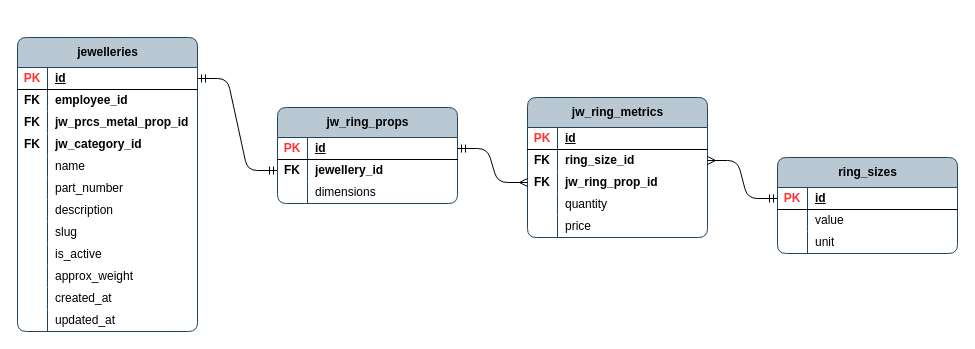
The draw.io diagram page "jw_ring_props" (9 of 13) of publisher/laravel-app/psql_jewellery_items.drawio in Local-development-environment/msg-brokers-publisher-consumer, before the edit. Source tidied: cells renumbered, new cells numbered last; positions are measured from the earlier drawing's top-left corner, leaving out a move shared by most shapes. Both pictures are drawn from the tidied source at 100%, with x=0, y=0 at pixel (17, 37).
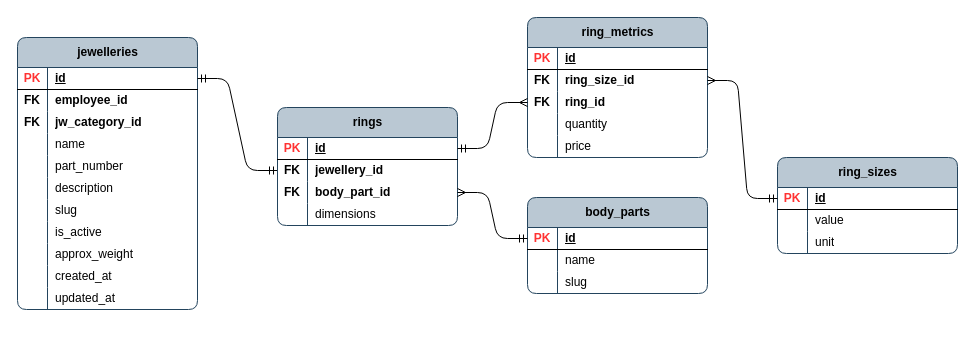
The same diagram, later.

Commit message (it also covers changes not shown here):
ring schema was refactored

Unchanged cells that the change refers to:
```xml
<mxCell id="47" style="shape=tableRow;horizontal=0;startSize=0;swimlaneHead=0;swimlaneBody=0;fillColor=none;points=[[0,0.5],[1,0.5]];portConstraint=eastwest;top=0;left=0;right=0;bottom=0;rounded=0;" parent="40" vertex="1">
  <mxGeometry y="74" width="180" height="22" as="geometry" />
</mxCell>
<mxCell id="57" style="shape=tableRow;horizontal=0;startSize=0;swimlaneHead=0;swimlaneBody=0;fillColor=none;points=[[0,0.5],[1,0.5]];portConstraint=eastwest;top=0;left=0;right=0;bottom=0;rounded=0;" parent="50" vertex="1">
  <mxGeometry y="74" width="180" height="22" as="geometry" />
</mxCell>
```

The edit, as a diff of the source:
```diff
@@
     <mxCell id="2" value="jewelleries" style="shape=table;startSize=30;childLayout=tableLayout;rowLines=0;fontStyle=1;align=center;html=1;rounded=1;swimlaneFillColor=none;fillColor=#bac8d3;strokeColor=#23445d;columnLines=1;arcSize=10;" parent="1" vertex="1">
-      <mxGeometry width="180" height="294" as="geometry" />
+      <mxGeometry width="180" height="272" as="geometry" />
     </mxCell>
@@
-    <mxCell id="9" style="shape=tableRow;horizontal=0;startSize=0;swimlaneHead=0;swimlaneBody=0;fillColor=none;top=0;left=0;right=0;bottom=0;rounded=1;" parent="2" vertex="1">
-      <mxGeometry y="74" width="180" height="22" as="geometry" />
-    </mxCell>
-    <mxCell id="10" value="&lt;b&gt;FK&lt;/b&gt;" style="shape=partialRectangle;fillColor=none;top=0;left=0;bottom=0;right=0;overflow=hidden;whiteSpace=wrap;html=1;rounded=1;" parent="9" vertex="1">
-      <mxGeometry width="30" height="22" as="geometry" />
-    </mxCell>
-    <mxCell id="11" value="&lt;span style=&quot;font-weight: 700; text-align: center; text-wrap-mode: nowrap;&quot;&gt;jw_prcs_metal_prop_id&lt;/span&gt;" style="shape=partialRectangle;fillColor=none;top=0;left=0;bottom=0;right=0;align=left;spacingLeft=6;overflow=hidden;whiteSpace=wrap;html=1;rounded=1;" parent="9" vertex="1">
-      <mxGeometry x="30" width="150" height="22" as="geometry" />
-    </mxCell>
     <mxCell id="12" style="shape=tableRow;horizontal=0;startSize=0;swimlaneHead=0;swimlaneBody=0;fillColor=none;top=0;left=0;right=0;bottom=0;rounded=1;" parent="2" vertex="1">
-      <mxGeometry y="96" width="180" height="22" as="geometry" />
+      <mxGeometry y="74" width="180" height="22" as="geometry" />
     </mxCell>
@@
     <mxCell id="15" style="shape=tableRow;horizontal=0;startSize=0;swimlaneHead=0;swimlaneBody=0;fillColor=none;top=0;left=0;right=0;bottom=0;rounded=1;" parent="2" vertex="1">
-      <mxGeometry y="118" width="180" height="22" as="geometry" />
+      <mxGeometry y="96" width="180" height="22" as="geometry" />
     </mxCell>
@@
     <mxCell id="18" style="shape=tableRow;horizontal=0;startSize=0;swimlaneHead=0;swimlaneBody=0;fillColor=none;top=0;left=0;right=0;bottom=0;rounded=1;" parent="2" vertex="1">
-      <mxGeometry y="140" width="180" height="22" as="geometry" />
+      <mxGeometry y="118" width="180" height="22" as="geometry" />
     </mxCell>
@@
     <mxCell id="21" style="shape=tableRow;horizontal=0;startSize=0;swimlaneHead=0;swimlaneBody=0;fillColor=none;top=0;left=0;right=0;bottom=0;rounded=1;" parent="2" vertex="1">
-      <mxGeometry y="162" width="180" height="22" as="geometry" />
+      <mxGeometry y="140" width="180" height="22" as="geometry" />
     </mxCell>
@@
     <mxCell id="24" style="shape=tableRow;horizontal=0;startSize=0;swimlaneHead=0;swimlaneBody=0;fillColor=none;top=0;left=0;right=0;bottom=0;rounded=1;" parent="2" vertex="1">
-      <mxGeometry y="184" width="180" height="22" as="geometry" />
+      <mxGeometry y="162" width="180" height="22" as="geometry" />
     </mxCell>
@@
     <mxCell id="27" style="shape=tableRow;horizontal=0;startSize=0;swimlaneHead=0;swimlaneBody=0;fillColor=none;top=0;left=0;right=0;bottom=0;rounded=1;" parent="2" vertex="1">
-      <mxGeometry y="206" width="180" height="22" as="geometry" />
+      <mxGeometry y="184" width="180" height="22" as="geometry" />
     </mxCell>
@@
     <mxCell id="30" style="shape=tableRow;horizontal=0;startSize=0;swimlaneHead=0;swimlaneBody=0;fillColor=none;top=0;left=0;right=0;bottom=0;rounded=1;" parent="2" vertex="1">
-      <mxGeometry y="228" width="180" height="22" as="geometry" />
+      <mxGeometry y="206" width="180" height="22" as="geometry" />
     </mxCell>
@@
     <mxCell id="33" style="shape=tableRow;horizontal=0;startSize=0;swimlaneHead=0;swimlaneBody=0;fillColor=none;top=0;left=0;right=0;bottom=0;rounded=1;" parent="2" vertex="1">
-      <mxGeometry y="250" width="180" height="22" as="geometry" />
+      <mxGeometry y="228" width="180" height="22" as="geometry" />
     </mxCell>
@@
     <mxCell id="36" style="shape=tableRow;horizontal=0;startSize=0;swimlaneHead=0;swimlaneBody=0;fillColor=none;top=0;left=0;right=0;bottom=0;rounded=1;" parent="2" vertex="1">
-      <mxGeometry y="272" width="180" height="22" as="geometry" />
+      <mxGeometry y="250" width="180" height="22" as="geometry" />
     </mxCell>
@@
-    <mxCell id="40" value="jw_ring_props" style="shape=table;startSize=30;childLayout=tableLayout;rowLines=0;fontStyle=1;align=center;html=1;rounded=1;swimlaneFillColor=none;fillColor=#bac8d3;strokeColor=#23445d;columnLines=1;arcSize=10;" parent="1" vertex="1">
-      <mxGeometry x="260" y="70" width="180" height="96" as="geometry" />
+    <mxCell id="40" value="rings" style="shape=table;startSize=30;childLayout=tableLayout;rowLines=0;fontStyle=1;align=center;html=1;rounded=1;swimlaneFillColor=none;fillColor=#bac8d3;strokeColor=#23445d;columnLines=1;arcSize=10;" parent="1" vertex="1">
+      <mxGeometry x="260" y="70" width="180" height="118" as="geometry" />
     </mxCell>
@@
-    <mxCell id="48" style="shape=partialRectangle;fillColor=none;top=0;left=0;bottom=0;right=0;overflow=hidden;whiteSpace=wrap;html=1;" parent="47" vertex="1">
+    <mxCell id="48" value="&lt;b&gt;FK&lt;/b&gt;" style="shape=partialRectangle;fillColor=none;top=0;left=0;bottom=0;right=0;overflow=hidden;whiteSpace=wrap;html=1;" parent="47" vertex="1">
       <mxGeometry width="30" height="22" as="geometry" />
     </mxCell>
-    <mxCell id="49" value="dimensions" style="shape=partialRectangle;fillColor=none;top=0;left=0;bottom=0;right=0;align=left;spacingLeft=6;overflow=hidden;whiteSpace=wrap;html=1;" parent="47" vertex="1">
+    <mxCell id="49" value="&lt;b&gt;body_part_id&lt;/b&gt;" style="shape=partialRectangle;fillColor=none;top=0;left=0;bottom=0;right=0;align=left;spacingLeft=6;overflow=hidden;whiteSpace=wrap;html=1;" parent="47" vertex="1">
       <mxGeometry x="30" width="150" height="22" as="geometry" />
     </mxCell>
+    <mxCell id="78" style="shape=tableRow;horizontal=0;startSize=0;swimlaneHead=0;swimlaneBody=0;fillColor=none;top=0;left=0;right=0;bottom=0;rounded=0;" parent="40" vertex="1">
+      <mxGeometry y="96" width="180" height="22" as="geometry" />
+    </mxCell>
+    <mxCell id="79" style="shape=partialRectangle;fillColor=none;top=0;left=0;bottom=0;right=0;overflow=hidden;whiteSpace=wrap;html=1;" parent="78" vertex="1">
+      <mxGeometry width="30" height="22" as="geometry" />
+    </mxCell>
+    <mxCell id="80" value="dimensions" style="shape=partialRectangle;fillColor=none;top=0;left=0;bottom=0;right=0;align=left;spacingLeft=6;overflow=hidden;whiteSpace=wrap;html=1;" parent="78" vertex="1">
+      <mxGeometry x="30" width="150" height="22" as="geometry" />
+    </mxCell>
-    <mxCell id="50" value="jw_ring_metrics" style="shape=table;startSize=30;childLayout=tableLayout;rowLines=0;fontStyle=1;align=center;html=1;rounded=1;swimlaneFillColor=none;fillColor=#bac8d3;strokeColor=#23445d;columnLines=1;arcSize=10;" parent="1" vertex="1">
-      <mxGeometry x="510" y="60" width="180" height="140" as="geometry" />
+    <mxCell id="50" value="ring_metrics" style="shape=table;startSize=30;childLayout=tableLayout;rowLines=0;fontStyle=1;align=center;html=1;rounded=1;swimlaneFillColor=none;fillColor=#bac8d3;strokeColor=#23445d;columnLines=1;arcSize=10;" parent="1" vertex="1">
+      <mxGeometry x="510" y="-20" width="180" height="140" as="geometry" />
     </mxCell>
@@
-    <mxCell id="59" value="&lt;b&gt;jw_ring_prop_id&lt;/b&gt;" style="shape=partialRectangle;fillColor=none;top=0;left=0;bottom=0;right=0;align=left;spacingLeft=6;overflow=hidden;whiteSpace=wrap;html=1;" parent="57" vertex="1">
+    <mxCell id="59" value="&lt;b&gt;ring_id&lt;/b&gt;" style="shape=partialRectangle;fillColor=none;top=0;left=0;bottom=0;right=0;align=left;spacingLeft=6;overflow=hidden;whiteSpace=wrap;html=1;" parent="57" vertex="1">
       <mxGeometry x="30" width="150" height="22" as="geometry" />
     </mxCell>
@@
+    <mxCell id="81" value="body_parts" style="shape=table;startSize=30;childLayout=tableLayout;rowLines=0;fontStyle=1;align=center;html=1;rounded=1;swimlaneFillColor=none;fillColor=#bac8d3;strokeColor=#23445d;columnLines=1;arcSize=10;" parent="1" vertex="1">
+      <mxGeometry x="510" y="160" width="180" height="96" as="geometry" />
+    </mxCell>
+    <mxCell id="82" style="shape=tableRow;horizontal=0;startSize=0;swimlaneHead=0;swimlaneBody=0;fillColor=none;points=[[0,0.5],[1,0.5]];portConstraint=eastwest;top=0;left=0;right=0;bottom=1;rounded=0;" parent="81" vertex="1">
+      <mxGeometry y="30" width="180" height="22" as="geometry" />
+    </mxCell>
+    <mxCell id="83" value="&lt;font color=&quot;#ff3333&quot;&gt;PK&lt;/font&gt;" style="shape=partialRectangle;fillColor=none;top=0;left=0;bottom=0;right=0;fontStyle=1;overflow=hidden;whiteSpace=wrap;html=1;" parent="82" vertex="1">
+      <mxGeometry width="30" height="22" as="geometry" />
+    </mxCell>
+    <mxCell id="84" value="id" style="shape=partialRectangle;fillColor=none;top=0;left=0;bottom=0;right=0;align=left;spacingLeft=6;fontStyle=5;overflow=hidden;whiteSpace=wrap;html=1;" parent="82" vertex="1">
+      <mxGeometry x="30" width="150" height="22" as="geometry" />
+    </mxCell>
+    <mxCell id="85" style="shape=tableRow;horizontal=0;startSize=0;swimlaneHead=0;swimlaneBody=0;fillColor=none;top=0;left=0;right=0;bottom=0;rounded=0;" parent="81" vertex="1">
+      <mxGeometry y="52" width="180" height="22" as="geometry" />
+    </mxCell>
+    <mxCell id="86" style="shape=partialRectangle;fillColor=none;top=0;left=0;bottom=0;right=0;overflow=hidden;whiteSpace=wrap;html=1;" parent="85" vertex="1">
+      <mxGeometry width="30" height="22" as="geometry" />
+    </mxCell>
+    <mxCell id="87" value="name" style="shape=partialRectangle;fillColor=none;top=0;left=0;bottom=0;right=0;align=left;spacingLeft=6;overflow=hidden;whiteSpace=wrap;html=1;" parent="85" vertex="1">
+      <mxGeometry x="30" width="150" height="22" as="geometry" />
+    </mxCell>
+    <mxCell id="88" style="shape=tableRow;horizontal=0;startSize=0;swimlaneHead=0;swimlaneBody=0;fillColor=none;top=0;left=0;right=0;bottom=0;rounded=0;" parent="81" vertex="1">
+      <mxGeometry y="74" width="180" height="22" as="geometry" />
+    </mxCell>
+    <mxCell id="89" style="shape=partialRectangle;fillColor=none;top=0;left=0;bottom=0;right=0;overflow=hidden;whiteSpace=wrap;html=1;" parent="88" vertex="1">
+      <mxGeometry width="30" height="22" as="geometry" />
+    </mxCell>
+    <mxCell id="90" value="slug" style="shape=partialRectangle;fillColor=none;top=0;left=0;bottom=0;right=0;align=left;spacingLeft=6;overflow=hidden;whiteSpace=wrap;html=1;" parent="88" vertex="1">
+      <mxGeometry x="30" width="150" height="22" as="geometry" />
+    </mxCell>
+    <mxCell id="91" style="edgeStyle=entityRelationEdgeStyle;fontSize=12;html=1;endArrow=ERmany;rounded=1;curved=0;exitX=0;exitY=0.5;exitDx=0;exitDy=0;entryX=1;entryY=0.5;entryDx=0;entryDy=0;startArrow=ERmandOne;startFill=0;" parent="1" edge="1" source="82" target="47">
+      <mxGeometry relative="1" as="geometry" />
+    </mxCell>
```
